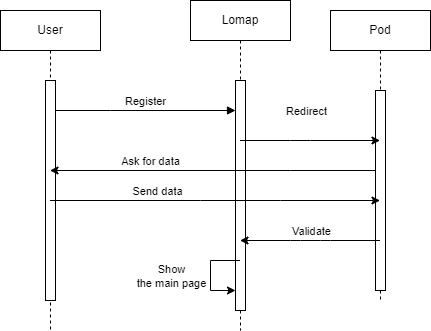
Before: docs/images/06_Diagrama_secuencia_registro.png, a diagram exported from draw.io (Arquisoft/lomap_es2b). Source tidied: cells renumbered, new cells last; positions are measured from the earlier drawing's top-left corner, leaving out a move shared by most shapes.
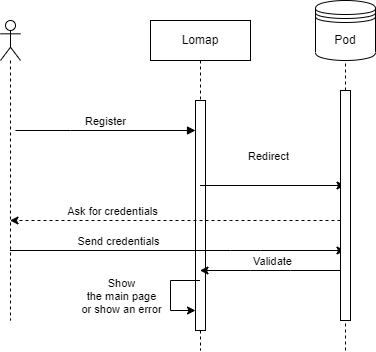
After the change.

What changed in the source:
```diff
@@ -2,12 +2,6 @@
   <root>
     <mxCell id="0" />
     <mxCell id="1" parent="0" />
-    <mxCell id="2" value="User" style="shape=umlLifeline;perimeter=lifelinePerimeter;whiteSpace=wrap;html=1;outlineConnect=0;portConstraint=eastwest;newEdgeStyle={&quot;edgeStyle&quot;:&quot;elbowEdgeStyle&quot;,&quot;elbow&quot;:&quot;vertical&quot;,&quot;curved&quot;:0,&quot;rounded&quot;:0};" parent="1" vertex="1">
-      <mxGeometry y="10" width="100" height="320" as="geometry" />
-    </mxCell>
-    <mxCell id="3" style="html=1;points=[];perimeter=orthogonalPerimeter;outlineConnect=0;targetShapes=umlLifeline;portConstraint=eastwest;newEdgeStyle={&quot;edgeStyle&quot;:&quot;elbowEdgeStyle&quot;,&quot;elbow&quot;:&quot;vertical&quot;,&quot;curved&quot;:0,&quot;rounded&quot;:0};" parent="2" vertex="1">
-      <mxGeometry x="45" y="70" width="10" height="220" as="geometry" />
-    </mxCell>
     <mxCell id="4" value="Lomap" style="shape=umlLifeline;perimeter=lifelinePerimeter;whiteSpace=wrap;html=1;outlineConnect=0;portConstraint=eastwest;newEdgeStyle={&quot;edgeStyle&quot;:&quot;elbowEdgeStyle&quot;,&quot;elbow&quot;:&quot;vertical&quot;,&quot;curved&quot;:0,&quot;rounded&quot;:0};" parent="1" vertex="1">
       <mxGeometry x="190" width="100" height="330" as="geometry" />
     </mxCell>
@@ -22,31 +16,23 @@
         </Array>
       </mxGeometry>
     </mxCell>
-    <mxCell id="7" value="Show &lt;br&gt;the main page&lt;br&gt;" style="edgeLabel;html=1;align=center;verticalAlign=middle;" parent="6" vertex="1">
+    <mxCell id="7" value="Show &lt;br&gt;the main page&lt;br&gt;or show an error" style="edgeLabel;html=1;align=center;verticalAlign=middle;" parent="6" vertex="1">
       <mxGeometry x="0.05" y="2" relative="1" as="geometry">
-        <mxPoint x="-42" as="offset" />
+        <mxPoint x="-52" as="offset" />
       </mxGeometry>
     </mxCell>
-    <mxCell id="8" value="Register" style="html=1;verticalAlign=bottom;endArrow=block;edgeStyle=elbowEdgeStyle;elbow=vertical;curved=0;rounded=0;" parent="1" edge="1" source="3" target="5">
+    <mxCell id="8" value="Register" style="html=1;verticalAlign=bottom;endArrow=block;edgeStyle=elbowEdgeStyle;elbow=vertical;curved=0;rounded=0;" parent="1" edge="1" target="5">
       <mxGeometry relative="1" as="geometry">
+        <mxPoint x="55" y="110" as="sourcePoint" />
         <Array as="points">
           <mxPoint x="110" y="110" />
           <mxPoint x="140" y="90" />
         </Array>
       </mxGeometry>
     </mxCell>
-    <mxCell id="9" value="Pod" style="shape=umlLifeline;perimeter=lifelinePerimeter;whiteSpace=wrap;html=1;outlineConnect=0;portConstraint=eastwest;newEdgeStyle={&quot;edgeStyle&quot;:&quot;elbowEdgeStyle&quot;,&quot;elbow&quot;:&quot;vertical&quot;,&quot;curved&quot;:0,&quot;rounded&quot;:0};" parent="1" vertex="1">
-      <mxGeometry x="330" y="10" width="100" height="290" as="geometry" />
-    </mxCell>
-    <mxCell id="10" style="html=1;points=[];perimeter=orthogonalPerimeter;outlineConnect=0;targetShapes=umlLifeline;portConstraint=eastwest;newEdgeStyle={&quot;edgeStyle&quot;:&quot;elbowEdgeStyle&quot;,&quot;elbow&quot;:&quot;vertical&quot;,&quot;curved&quot;:0,&quot;rounded&quot;:0};" parent="9" vertex="1">
-      <mxGeometry x="45" y="80" width="10" height="200" as="geometry" />
-    </mxCell>
-    <mxCell id="11" style="endArrow=classic;html=1;rounded=0;" parent="1" edge="1" source="4" target="9">
+    <mxCell id="11" style="endArrow=classic;html=1;rounded=0;" parent="1" edge="1" source="4">
       <mxGeometry relative="1" as="geometry">
-        <Array as="points">
-          <mxPoint x="290" y="140" />
-          <mxPoint x="310" y="140" />
-        </Array>
+        <mxPoint x="384.5" y="165" as="targetPoint" />
       </mxGeometry>
     </mxCell>
     <mxCell id="12" value="Redirect" style="edgeLabel;html=1;align=center;verticalAlign=middle;" parent="11" vertex="1">
@@ -54,38 +40,41 @@
         <mxPoint x="6" y="-27" as="offset" />
       </mxGeometry>
     </mxCell>
-    <mxCell id="13" style="endArrow=classic;html=1;rounded=0;" parent="1" edge="1" source="10" target="2">
+    <mxCell id="13" style="endArrow=classic;html=1;rounded=0;dashed=1;" parent="1" edge="1">
       <mxGeometry relative="1" as="geometry">
+        <mxPoint x="380" y="200" as="sourcePoint" />
+        <mxPoint x="49.5" y="200" as="targetPoint" />
         <Array as="points">
-          <mxPoint x="290" y="170" />
+          <mxPoint x="300" y="200" />
+          <mxPoint x="270" y="200" />
         </Array>
       </mxGeometry>
     </mxCell>
-    <mxCell id="14" value="Ask for data" style="edgeLabel;html=1;align=center;verticalAlign=middle;" parent="13" vertex="1">
+    <mxCell id="14" value="Ask for credentials" style="edgeLabel;html=1;align=center;verticalAlign=middle;" parent="13" vertex="1">
       <mxGeometry x="0.39" y="-1" relative="1" as="geometry">
         <mxPoint y="-9" as="offset" />
       </mxGeometry>
     </mxCell>
-    <mxCell id="15" style="endArrow=classic;html=1;rounded=0;" parent="1" edge="1" source="2" target="9">
+    <mxCell id="15" style="endArrow=classic;html=1;rounded=0;" parent="1" edge="1" source="19">
       <mxGeometry relative="1" as="geometry">
+        <mxPoint x="384.5" y="230" as="targetPoint" />
         <Array as="points">
-          <mxPoint x="200" y="200" />
-          <mxPoint x="280" y="200" />
+          <mxPoint x="270" y="230" />
+          <mxPoint x="300" y="230" />
         </Array>
       </mxGeometry>
     </mxCell>
-    <mxCell id="16" value="Send data" style="edgeLabel;html=1;align=center;verticalAlign=middle;" parent="15" vertex="1">
+    <mxCell id="16" value="Send credentials" style="edgeLabel;html=1;align=center;verticalAlign=middle;" parent="15" vertex="1">
       <mxGeometry x="-0.35" relative="1" as="geometry">
         <mxPoint y="-10" as="offset" />
       </mxGeometry>
     </mxCell>
-    <mxCell id="17" style="endArrow=classic;html=1;rounded=0;" parent="1" edge="1" source="9" target="4">
+    <mxCell id="17" style="endArrow=classic;html=1;rounded=0;" parent="1" edge="1" target="4">
       <mxGeometry relative="1" as="geometry">
+        <mxPoint x="380" y="250" as="sourcePoint" />
         <Array as="points">
-          <mxPoint x="330" y="240" />
-          <mxPoint x="320" y="240" />
-          <mxPoint x="300" y="240" />
-          <mxPoint x="290" y="240" />
+          <mxPoint x="330" y="250" />
+          <mxPoint x="290" y="250" />
         </Array>
       </mxGeometry>
     </mxCell>
@@ -94,5 +83,22 @@
         <mxPoint x="13" y="-9" as="offset" />
       </mxGeometry>
     </mxCell>
+    <mxCell id="9" value="Pod" style="shape=datastore;whiteSpace=wrap;html=1;" parent="1" vertex="1">
+      <mxGeometry x="355" y="-20" width="60" height="60" as="geometry" />
+    </mxCell>
+    <mxCell id="19" style="shape=umlLifeline;perimeter=lifelinePerimeter;whiteSpace=wrap;html=1;outlineConnect=0;portConstraint=eastwest;newEdgeStyle={&quot;edgeStyle&quot;:&quot;elbowEdgeStyle&quot;,&quot;elbow&quot;:&quot;vertical&quot;,&quot;curved&quot;:0,&quot;rounded&quot;:0};participant=umlActor;" parent="1" vertex="1">
+      <mxGeometry x="40" width="20" height="300" as="geometry" />
+    </mxCell>
+    <mxCell id="20" style="endArrow=none;dashed=1;html=1;rounded=0;entryX=0.5;entryY=1;entryDx=0;entryDy=0;startArrow=none;" parent="1" edge="1" source="22" target="9">
+      <mxGeometry relative="1" as="geometry" />
+    </mxCell>
+    <mxCell id="21" style="endArrow=none;dashed=1;html=1;rounded=0;entryX=0.5;entryY=1;entryDx=0;entryDy=0;" parent="1" edge="1" target="22">
+      <mxGeometry relative="1" as="geometry">
+        <mxPoint x="385" y="330" as="sourcePoint" />
+      </mxGeometry>
+    </mxCell>
+    <mxCell id="22" style="html=1;points=[];perimeter=orthogonalPerimeter;outlineConnect=0;targetShapes=umlLifeline;portConstraint=eastwest;newEdgeStyle={&quot;edgeStyle&quot;:&quot;elbowEdgeStyle&quot;,&quot;elbow&quot;:&quot;vertical&quot;,&quot;curved&quot;:0,&quot;rounded&quot;:0};" parent="1" vertex="1">
+      <mxGeometry x="380" y="70" width="10" height="230" as="geometry" />
+    </mxCell>
   </root>
 </mxGraphModel>
```
